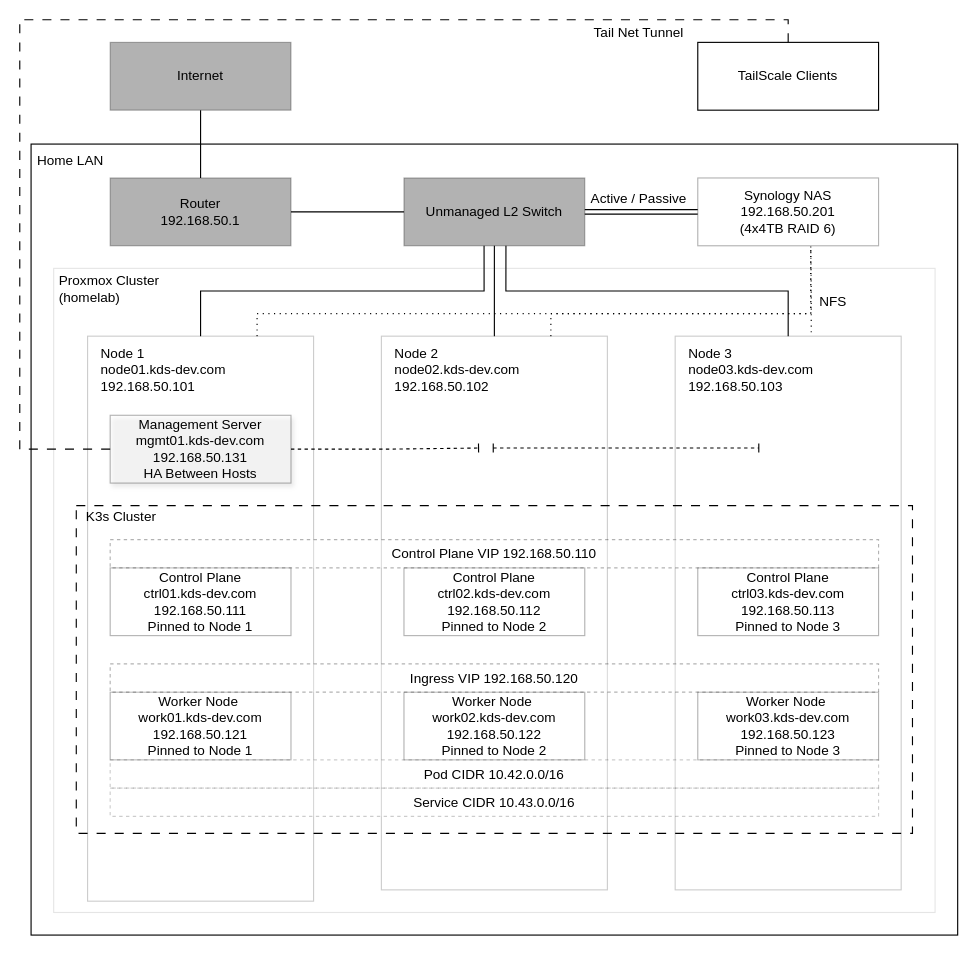
Before: page "Infra / Network" (1 of 4) of docs/Diagrams.drawio in KDScheuer/Home-Lab, a draw.io diagram. Source tidied: cells renumbered, new cells numbered last; positions are measured from the earlier drawing's top-left corner, leaving out a move shared by most shapes. Both pictures are drawn from the tidied source at 113%, with x=0, y=0 at pixel (19, 19).
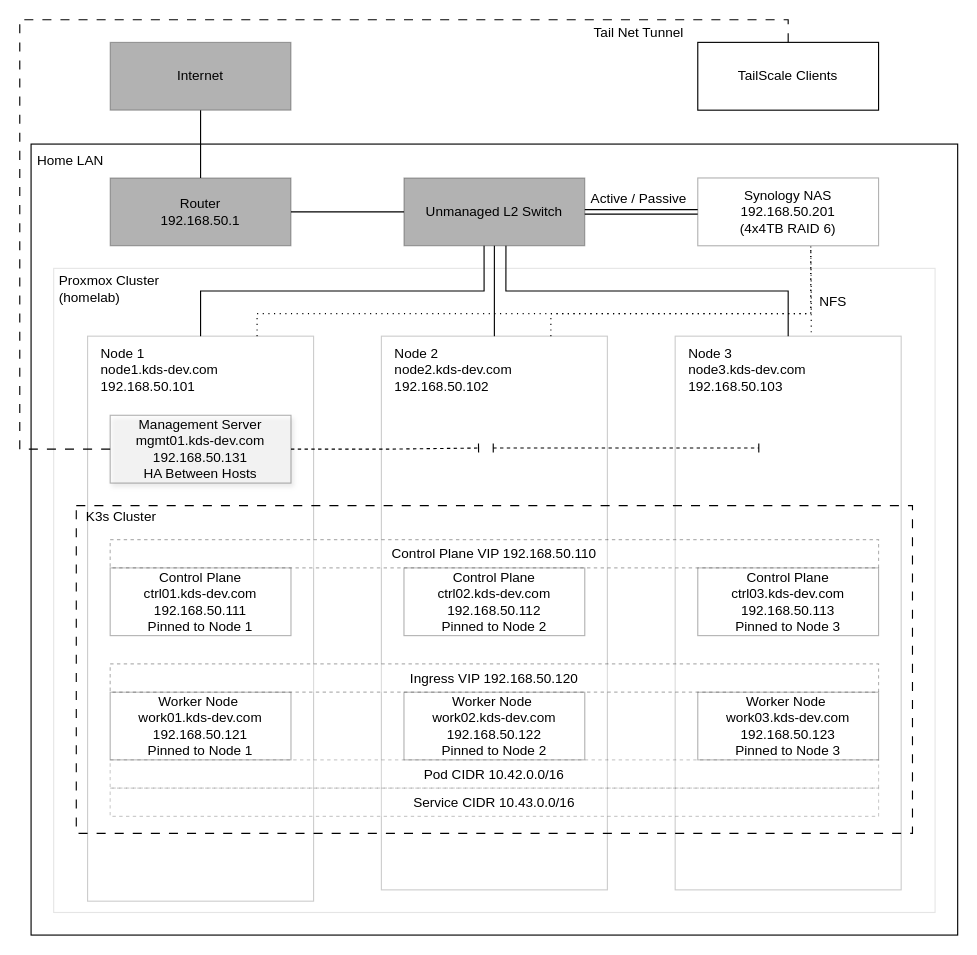
The same diagram, later.

Change to the diagram source:
```diff
@@
-    <mxCell id="13" value="&lt;div&gt;Node 1&lt;/div&gt;node01.kds-dev.com&lt;div&gt;192.168.50.101&lt;/div&gt;" style="text;html=1;whiteSpace=wrap;strokeColor=none;fillColor=none;align=left;verticalAlign=middle;rounded=0;" parent="1" vertex="1">
+    <mxCell id="13" value="&lt;div&gt;Node 1&lt;/div&gt;node1.kds-dev.com&lt;div&gt;192.168.50.101&lt;/div&gt;" style="text;html=1;whiteSpace=wrap;strokeColor=none;fillColor=none;align=left;verticalAlign=middle;rounded=0;" parent="1" vertex="1">
       <mxGeometry x="70" y="290" width="180" height="40" as="geometry" />
     </mxCell>
-    <mxCell id="14" value="&lt;div&gt;Node 2&lt;/div&gt;node02.kds-dev.com&lt;div&gt;192.168.50.102&lt;/div&gt;" style="text;html=1;whiteSpace=wrap;strokeColor=none;fillColor=none;align=left;verticalAlign=middle;rounded=0;" parent="1" vertex="1">
+    <mxCell id="14" value="&lt;div&gt;Node 2&lt;/div&gt;node2.kds-dev.com&lt;div&gt;192.168.50.102&lt;/div&gt;" style="text;html=1;whiteSpace=wrap;strokeColor=none;fillColor=none;align=left;verticalAlign=middle;rounded=0;" parent="1" vertex="1">
       <mxGeometry x="330" y="290" width="180" height="40" as="geometry" />
     </mxCell>
-    <mxCell id="15" value="&lt;div&gt;Node 3&lt;/div&gt;node03.kds-dev.com&lt;br&gt;&lt;div&gt;192.168.50.103&lt;/div&gt;" style="text;html=1;whiteSpace=wrap;strokeColor=none;fillColor=none;align=left;verticalAlign=middle;rounded=0;" parent="1" vertex="1">
+    <mxCell id="15" value="&lt;div&gt;Node 3&lt;/div&gt;node3.kds-dev.com&lt;br&gt;&lt;div&gt;192.168.50.103&lt;/div&gt;" style="text;html=1;whiteSpace=wrap;strokeColor=none;fillColor=none;align=left;verticalAlign=middle;rounded=0;" parent="1" vertex="1">
       <mxGeometry x="590" y="290" width="180" height="40" as="geometry" />
     </mxCell>
```
